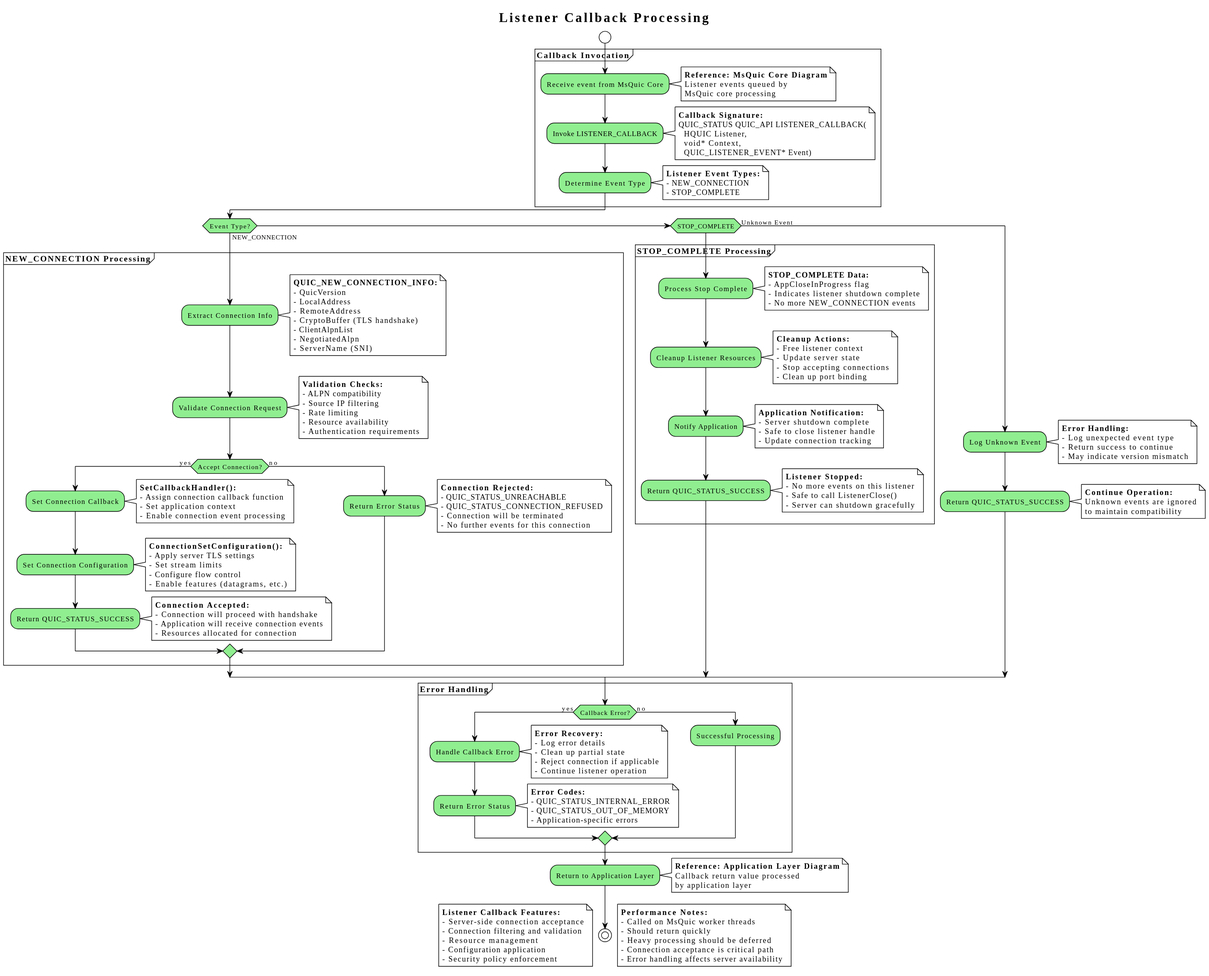
The PlantUML diagram docs/svg/discrete-activity-listener-callback-processing.svg in mikebiz/quic-cert-user, before a commit.
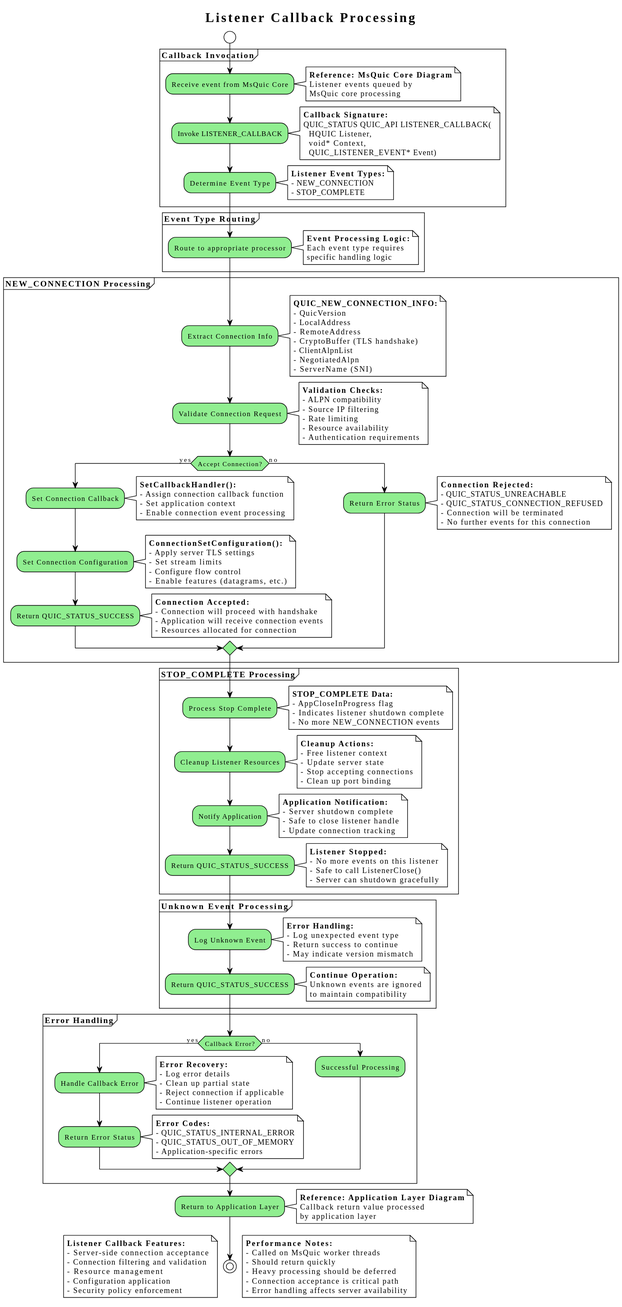
Later version of the same file.

Change to the diagram source:
```diff
@@ -35,107 +35,112 @@
   end note
 }
 
-if (Event Type?) then (NEW_CONNECTION)
+partition "**Event Type Routing**" {
+  :Route to appropriate processor;
+  note right
+  **Event Processing Logic:**
+  Each event type requires
+  specific handling logic
+  end note
+}
 
-  partition "**NEW_CONNECTION Processing**" {
-    :Extract Connection Info;
+partition "**NEW_CONNECTION Processing**" {
+  :Extract Connection Info;
+  note right
+  **QUIC_NEW_CONNECTION_INFO:**
+  - QuicVersion
+  - LocalAddress
+  - RemoteAddress
+  - CryptoBuffer (TLS handshake)
+  - ClientAlpnList
+  - NegotiatedAlpn
+  - ServerName (SNI)
+  end note
+
+  :Validate Connection Request;
+  note right
+  **Validation Checks:**
+  - ALPN compatibility
+  - Source IP filtering
+  - Rate limiting
+  - Resource availability
+  - Authentication requirements
+  end note
+
+  if (Accept Connection?) then (yes)
+    :Set Connection Callback;
     note right
-    **QUIC_NEW_CONNECTION_INFO:**
-    - QuicVersion
-    - LocalAddress
-    - RemoteAddress
-    - CryptoBuffer (TLS handshake)
-    - ClientAlpnList
-    - NegotiatedAlpn
-    - ServerName (SNI)
+    **SetCallbackHandler():**
+    - Assign connection callback function
+    - Set application context
+    - Enable connection event processing
     end note
 
-    :Validate Connection Request;
+    :Set Connection Configuration;
     note right
-    **Validation Checks:**
-    - ALPN compatibility
-    - Source IP filtering
-    - Rate limiting
-    - Resource availability
-    - Authentication requirements
-    end note
-
-    if (Accept Connection?) then (yes)
-      :Set Connection Callback;
-      note right
-      **SetCallbackHandler():**
-      - Assign connection callback function
-      - Set application context
-      - Enable connection event processing
-      end note
-
-      :Set Connection Configuration;
-      note right
-      **ConnectionSetConfiguration():**
-      - Apply server TLS settings
-      - Set stream limits
-      - Configure flow control
-      - Enable features (datagrams, etc.)
-      end note
-
-      :Return QUIC_STATUS_SUCCESS;
-      note right
-      **Connection Accepted:**
-      - Connection will proceed with handshake
-      - Application will receive connection events
-      - Resources allocated for connection
-      end note
-
-    else (no)
-      :Return Error Status;
-      note right
-      **Connection Rejected:**
-      - QUIC_STATUS_UNREACHABLE
-      - QUIC_STATUS_CONNECTION_REFUSED
-      - Connection will be terminated
-      - No further events for this connection
-      end note
-    endif
-  }
-
-elseif (STOP_COMPLETE)
-
-  partition "**STOP_COMPLETE Processing**" {
-    :Process Stop Complete;
-    note right
-    **STOP_COMPLETE Data:**
-    - AppCloseInProgress flag
-    - Indicates listener shutdown complete
-    - No more NEW_CONNECTION events
-    end note
-
-    :Cleanup Listener Resources;
-    note right
-    **Cleanup Actions:**
-    - Free listener context
-    - Update server state
-    - Stop accepting connections
-    - Clean up port binding
-    end note
-
-    :Notify Application;
-    note right
-    **Application Notification:**
-    - Server shutdown complete
-    - Safe to close listener handle
-    - Update connection tracking
+    **ConnectionSetConfiguration():**
+    - Apply server TLS settings
+    - Set stream limits
+    - Configure flow control
+    - Enable features (datagrams, etc.)
     end note
 
     :Return QUIC_STATUS_SUCCESS;
     note right
-    **Listener Stopped:**
-    - No more events on this listener
-    - Safe to call ListenerClose()
-    - Server can shutdown gracefully
+    **Connection Accepted:**
+    - Connection will proceed with handshake
+    - Application will receive connection events
+    - Resources allocated for connection
     end note
-  }
 
-else (Unknown Event)
+  else (no)
+    :Return Error Status;
+    note right
+    **Connection Rejected:**
+    - QUIC_STATUS_UNREACHABLE
+    - QUIC_STATUS_CONNECTION_REFUSED
+    - Connection will be terminated
+    - No further events for this connection
+    end note
+  endif
+}
+
+partition "**STOP_COMPLETE Processing**" {
+  :Process Stop Complete;
+  note right
+  **STOP_COMPLETE Data:**
+  - AppCloseInProgress flag
+  - Indicates listener shutdown complete
+  - No more NEW_CONNECTION events
+  end note
+
+  :Cleanup Listener Resources;
+  note right
+  **Cleanup Actions:**
+  - Free listener context
+  - Update server state
+  - Stop accepting connections
+  - Clean up port binding
+  end note
+
+  :Notify Application;
+  note right
+  **Application Notification:**
+  - Server shutdown complete
+  - Safe to close listener handle
+  - Update connection tracking
+  end note
+
+  :Return QUIC_STATUS_SUCCESS;
+  note right
+  **Listener Stopped:**
+  - No more events on this listener
+  - Safe to call ListenerClose()
+  - Server can shutdown gracefully
+  end note
+}
+
+partition "**Unknown Event Processing**" {
   :Log Unknown Event;
   note right
   **Error Handling:**
@@ -150,7 +155,7 @@
   Unknown events are ignored
   to maintain compatibility
   end note
-endif
+}
 
 partition "**Error Handling**" {
   if (Callback Error?) then (yes)
```
